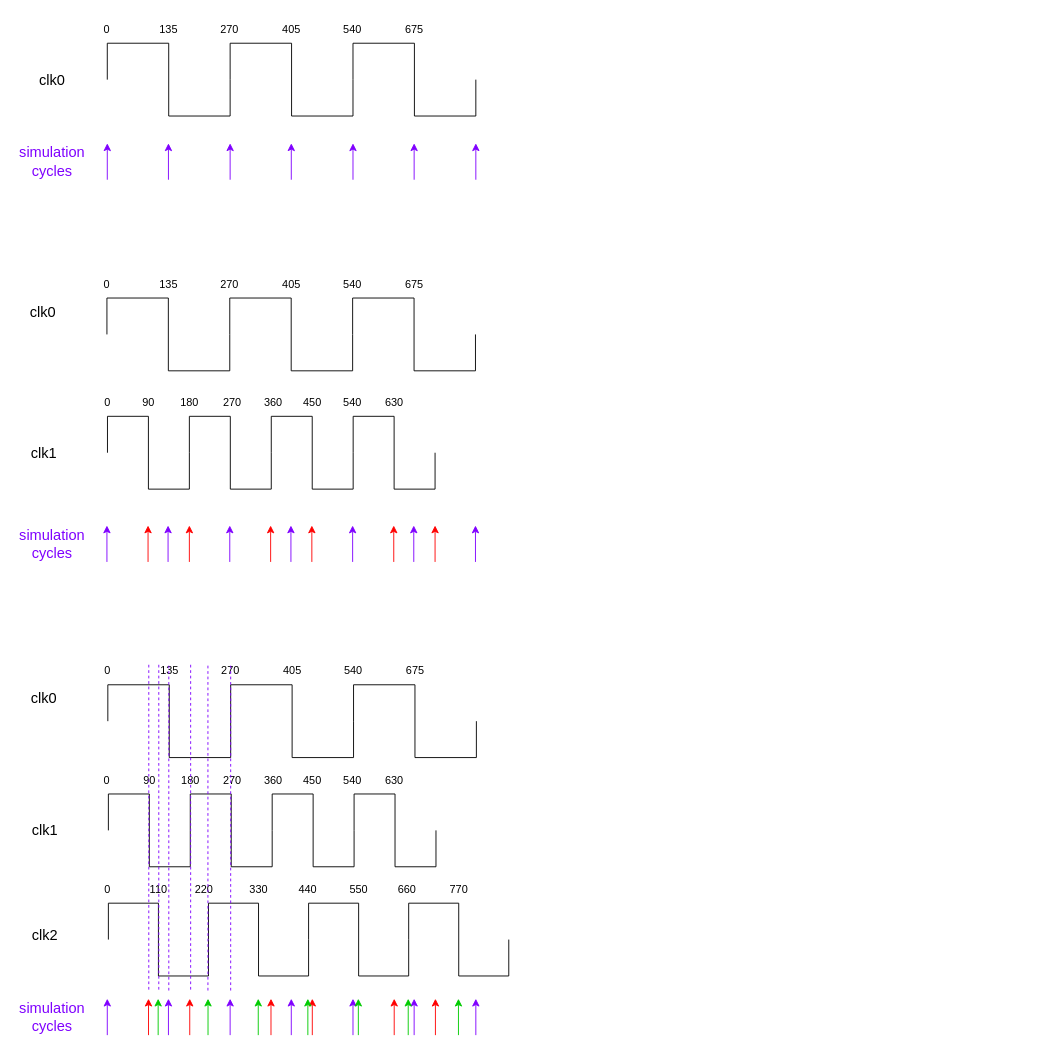
This is verilator_digrams/align_clock_edges.drawio from Dercury/CLDK, a draw.io file, before an edit. Source tidied: cells renumbered, new cells numbered last; positions are measured from the earlier drawing's top-left corner, leaving out a move shared by most shapes. Both pictures are drawn from the tidied source at 91%, with x=0, y=0 at pixel (15, 15).
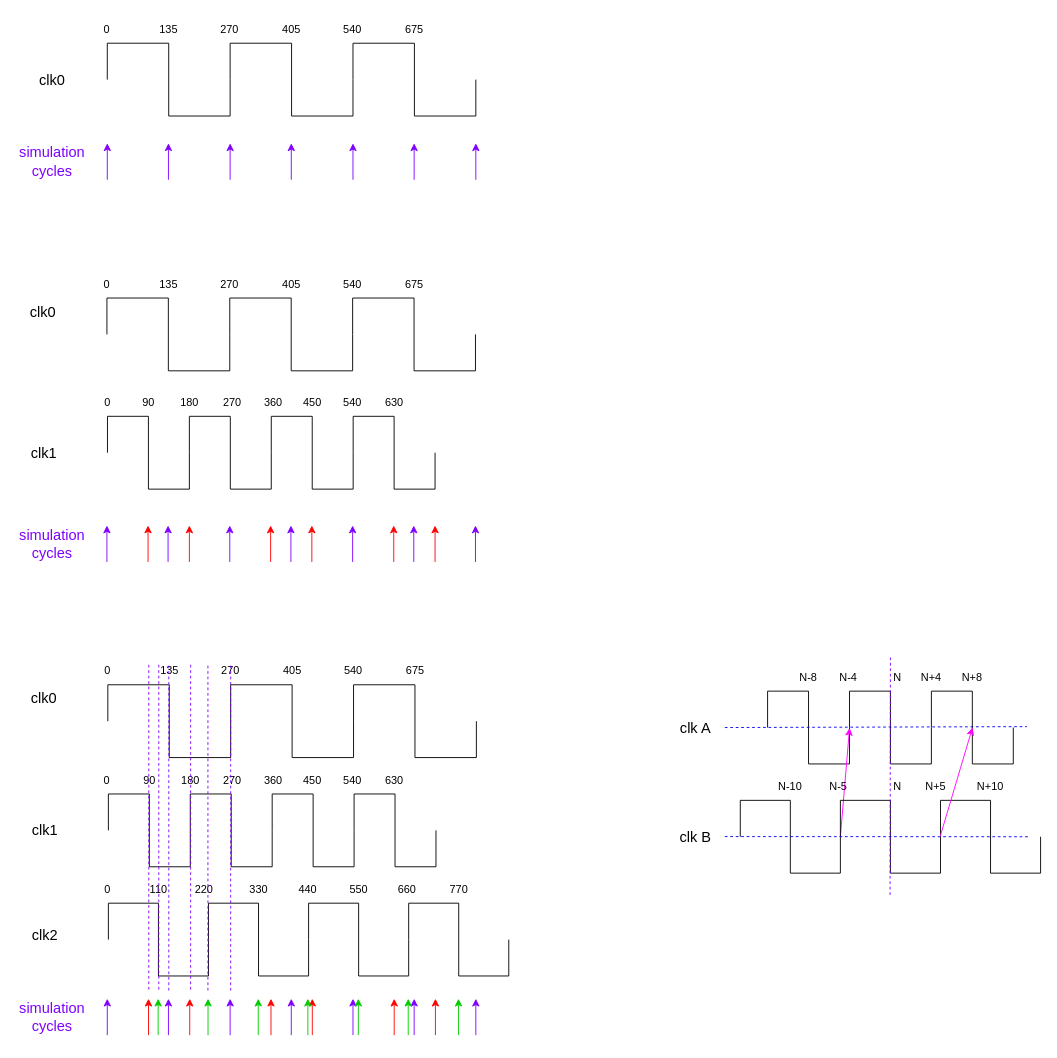
Above is the later version.

What changed in the source:
```diff
@@
+    <mxCell id="120" style="verticalLabelPosition=bottom;shadow=0;dashed=0;align=center;html=1;verticalAlign=top;shape=mxgraph.electrical.waveforms.square_wave;fontColor=#C3ABD0;" parent="1" vertex="1">
+      <mxGeometry x="826" y="742" width="90" height="80" as="geometry" />
+    </mxCell>
+    <mxCell id="121" style="verticalLabelPosition=bottom;shadow=0;dashed=0;align=center;html=1;verticalAlign=top;shape=mxgraph.electrical.waveforms.square_wave;fontColor=#C3ABD0;" parent="1" vertex="1">
+      <mxGeometry x="916" y="742" width="90" height="80" as="geometry" />
+    </mxCell>
+    <mxCell id="122" style="rounded=0;jettySize=auto;html=1;entryX=0.001;entryY=0.505;entryDx=0;entryDy=0;entryPerimeter=0;exitX=1;exitY=0.499;exitDx=0;exitDy=0;exitPerimeter=0;strokeColor=#FF00FF;" parent="1" edge="1" source="123" target="121">
+      <mxGeometry relative="1" as="geometry" />
+    </mxCell>
+    <mxCell id="123" style="verticalLabelPosition=bottom;shadow=0;dashed=0;align=center;html=1;verticalAlign=top;shape=mxgraph.electrical.waveforms.square_wave;fontColor=#C3ABD0;" parent="1" vertex="1">
+      <mxGeometry x="796" y="862" width="110" height="80" as="geometry" />
+    </mxCell>
+    <mxCell id="124" style="verticalLabelPosition=bottom;shadow=0;dashed=0;align=center;html=1;verticalAlign=top;shape=mxgraph.electrical.waveforms.square_wave;fontColor=#C3ABD0;" parent="1" vertex="1">
+      <mxGeometry x="906" y="862" width="110" height="80" as="geometry" />
+    </mxCell>
+    <mxCell id="125" style="endArrow=none;dashed=1;html=1;rounded=0;strokeColor=#7F00FF;fontColor=#000000;" parent="1" edge="1">
+      <mxGeometry relative="1" as="geometry">
+        <mxPoint x="960.6" y="966" as="sourcePoint" />
+        <mxPoint x="961" y="705" as="targetPoint" />
+      </mxGeometry>
+    </mxCell>
+    <mxCell id="126" value="N" style="text;html=1;strokeColor=none;fillColor=none;align=center;verticalAlign=middle;whiteSpace=wrap;rounded=0;fontColor=#000000;" parent="1" vertex="1">
+      <mxGeometry x="939" y="712" width="60" height="30" as="geometry" />
+    </mxCell>
+    <mxCell id="127" value="N-8" style="text;html=1;strokeColor=none;fillColor=none;align=center;verticalAlign=middle;whiteSpace=wrap;rounded=0;fontColor=#000000;" parent="1" vertex="1">
+      <mxGeometry x="841" y="712" width="60" height="30" as="geometry" />
+    </mxCell>
+    <mxCell id="128" value="N-10" style="text;html=1;strokeColor=none;fillColor=none;align=center;verticalAlign=middle;whiteSpace=wrap;rounded=0;fontColor=#000000;" parent="1" vertex="1">
+      <mxGeometry x="821" y="832" width="60" height="30" as="geometry" />
+    </mxCell>
+    <mxCell id="129" value="N" style="text;html=1;strokeColor=none;fillColor=none;align=center;verticalAlign=middle;whiteSpace=wrap;rounded=0;fontColor=#000000;" parent="1" vertex="1">
+      <mxGeometry x="939" y="832" width="60" height="30" as="geometry" />
+    </mxCell>
+    <mxCell id="130" value="N-4" style="text;html=1;strokeColor=none;fillColor=none;align=center;verticalAlign=middle;whiteSpace=wrap;rounded=0;fontColor=#000000;" parent="1" vertex="1">
+      <mxGeometry x="885" y="712" width="60" height="30" as="geometry" />
+    </mxCell>
+    <mxCell id="131" value="N-5" style="text;html=1;strokeColor=none;fillColor=none;align=center;verticalAlign=middle;whiteSpace=wrap;rounded=0;fontColor=#000000;" parent="1" vertex="1">
+      <mxGeometry x="874" y="832" width="60" height="30" as="geometry" />
+    </mxCell>
+    <mxCell id="132" style="endArrow=none;html=1;rounded=0;strokeColor=#0000FF;dashed=1;" parent="1" edge="1">
+      <mxGeometry relative="1" as="geometry">
+        <mxPoint x="779" y="782" as="sourcePoint" />
+        <mxPoint x="1111" y="781" as="targetPoint" />
+      </mxGeometry>
+    </mxCell>
+    <mxCell id="133" style="endArrow=none;html=1;rounded=0;strokeColor=#0000FF;dashed=1;" parent="1" edge="1">
+      <mxGeometry relative="1" as="geometry">
+        <mxPoint x="779" y="901.8" as="sourcePoint" />
+        <mxPoint x="1112" y="902" as="targetPoint" />
+      </mxGeometry>
+    </mxCell>
+    <mxCell id="134" style="verticalLabelPosition=bottom;shadow=0;dashed=0;align=center;html=1;verticalAlign=top;shape=mxgraph.electrical.waveforms.square_wave;fontColor=#C3ABD0;" parent="1" vertex="1">
+      <mxGeometry x="1006" y="742" width="90" height="80" as="geometry" />
+    </mxCell>
+    <mxCell id="135" style="verticalLabelPosition=bottom;shadow=0;dashed=0;align=center;html=1;verticalAlign=top;shape=mxgraph.electrical.waveforms.square_wave;fontColor=#C3ABD0;" parent="1" vertex="1">
+      <mxGeometry x="1016" y="862" width="110" height="80" as="geometry" />
+    </mxCell>
+    <mxCell id="136" value="N+4" style="text;html=1;strokeColor=none;fillColor=none;align=center;verticalAlign=middle;whiteSpace=wrap;rounded=0;fontColor=#000000;" parent="1" vertex="1">
+      <mxGeometry x="976" y="712" width="60" height="30" as="geometry" />
+    </mxCell>
+    <mxCell id="137" value="N+8" style="text;html=1;strokeColor=none;fillColor=none;align=center;verticalAlign=middle;whiteSpace=wrap;rounded=0;fontColor=#000000;" parent="1" vertex="1">
+      <mxGeometry x="1021" y="712" width="60" height="30" as="geometry" />
+    </mxCell>
+    <mxCell id="138" style="rounded=0;jettySize=auto;html=1;entryX=0.502;entryY=0.5;entryDx=0;entryDy=0;entryPerimeter=0;exitX=-0.003;exitY=0.496;exitDx=0;exitDy=0;exitPerimeter=0;strokeColor=#FF00FF;" parent="1" edge="1" source="135" target="134">
+      <mxGeometry relative="1" as="geometry" />
+    </mxCell>
+    <mxCell id="139" value="N+5" style="text;html=1;strokeColor=none;fillColor=none;align=center;verticalAlign=middle;whiteSpace=wrap;rounded=0;fontColor=#000000;" parent="1" vertex="1">
+      <mxGeometry x="981" y="832" width="60" height="30" as="geometry" />
+    </mxCell>
+    <mxCell id="140" value="N+10" style="text;html=1;strokeColor=none;fillColor=none;align=center;verticalAlign=middle;whiteSpace=wrap;rounded=0;fontColor=#000000;" parent="1" vertex="1">
+      <mxGeometry x="1041" y="832" width="60" height="30" as="geometry" />
+    </mxCell>
+    <mxCell id="141" value="clk B" style="text;html=1;strokeColor=none;fillColor=none;align=center;verticalAlign=middle;whiteSpace=wrap;rounded=0;fontColor=#000000;fontSize=16;" parent="1" vertex="1">
+      <mxGeometry x="717" y="887" width="60" height="30" as="geometry" />
+    </mxCell>
+    <mxCell id="142" value="clk A" style="text;html=1;strokeColor=none;fillColor=none;align=center;verticalAlign=middle;whiteSpace=wrap;rounded=0;fontColor=#000000;fontSize=16;" parent="1" vertex="1">
+      <mxGeometry x="717" y="767" width="60" height="30" as="geometry" />
+    </mxCell>
```
